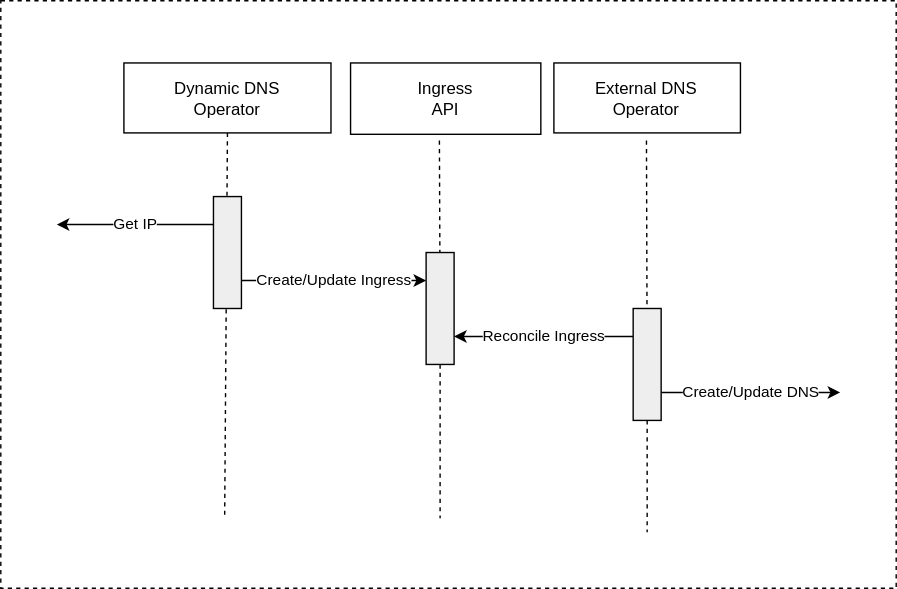
This is images/kubernetes-diy-dynamic-dns-operator.drawio.svg from jamesmoriarty/jamesmoriarty.github.io, a draw.io export, as it was before one commit. Source tidied: cells renumbered, new cells last; positions are measured from the earlier drawing's top-left corner, leaving out a move shared by most shapes. Source of this version:
```xml
<mxGraphModel>
  <root>
    <mxCell id="0" />
    <mxCell id="1" parent="0" />
    <mxCell id="2" style="rounded=0;whiteSpace=wrap;html=1;fillColor=none;dashed=1;" parent="1" vertex="1">
      <mxGeometry width="640" height="420" as="geometry" />
    </mxCell>
    <mxCell id="3" value="Dynamic DNS&lt;br&gt;Operator" style="shape=rect;html=1;whiteSpace=wrap;align=center;" parent="1" vertex="1">
      <mxGeometry x="88" y="44.5" width="148" height="50" as="geometry" />
    </mxCell>
    <mxCell id="4" style="edgeStyle=none;html=1;dashed=1;endArrow=none;align=center;verticalAlign=bottom;exitX=0.5;exitY=1;" parent="1" edge="1" source="18">
      <mxGeometry x="1" relative="1" as="geometry">
        <mxPoint x="162" y="190" as="targetPoint" />
      </mxGeometry>
    </mxCell>
    <mxCell id="5" value="External DNS&lt;br&gt;Operator" style="shape=rect;html=1;whiteSpace=wrap;align=center;" parent="1" vertex="1">
      <mxGeometry x="395.3" y="44.5" width="133.3" height="50" as="geometry" />
    </mxCell>
    <mxCell id="6" style="edgeStyle=none;html=1;dashed=1;endArrow=none;align=center;verticalAlign=bottom;exitX=0.5;exitY=1;" parent="1" edge="1" source="16">
      <mxGeometry x="1" relative="1" as="geometry">
        <mxPoint x="462" y="380" as="targetPoint" />
      </mxGeometry>
    </mxCell>
    <mxCell id="7" value="Ingress&lt;br&gt;API" style="shape=rect;html=1;whiteSpace=wrap;align=center;" parent="1" vertex="1">
      <mxGeometry x="250" y="44.5" width="136" height="51" as="geometry" />
    </mxCell>
    <mxCell id="8" style="edgeStyle=none;html=1;dashed=1;endArrow=none;align=center;verticalAlign=bottom;exitX=0.5;exitY=1;" parent="1" edge="1" source="12">
      <mxGeometry x="1" relative="1" as="geometry">
        <mxPoint x="314" y="370" as="targetPoint" />
      </mxGeometry>
    </mxCell>
    <mxCell id="9" value="Get IP" style="edgeStyle=orthogonalEdgeStyle;rounded=0;jettySize=auto;html=1;exitX=0;exitY=0.25;exitDx=0;exitDy=0;startArrow=none;startFill=0;endArrow=classic;endFill=1;" parent="1" edge="1" source="18">
      <mxGeometry relative="1" as="geometry">
        <mxPoint x="40" y="160" as="targetPoint" />
      </mxGeometry>
    </mxCell>
    <mxCell id="10" value="Create/Update Ingress" style="edgeStyle=orthogonalEdgeStyle;rounded=0;jettySize=auto;html=1;exitX=1;exitY=0.75;exitDx=0;exitDy=0;entryX=0;entryY=0.25;entryDx=0;entryDy=0;startArrow=none;startFill=0;endArrow=classic;endFill=1;" parent="1" edge="1" source="18" target="12">
      <mxGeometry relative="1" as="geometry" />
    </mxCell>
    <mxCell id="11" style="edgeStyle=none;html=1;dashed=1;endArrow=none;align=center;verticalAlign=bottom;exitX=0.5;exitY=1;" parent="1" edge="1" source="3">
      <mxGeometry x="1" relative="1" as="geometry">
        <mxPoint x="160" y="370" as="targetPoint" />
      </mxGeometry>
    </mxCell>
    <mxCell id="12" style="shape=rect;html=1;fillColor=#eeeeee;" parent="1" vertex="1">
      <mxGeometry x="304" y="180" width="20" height="80" as="geometry" />
    </mxCell>
    <mxCell id="13" style="edgeStyle=none;html=1;dashed=1;endArrow=none;align=center;verticalAlign=bottom;exitX=0.5;exitY=1;" parent="1" edge="1" target="12">
      <mxGeometry x="1" relative="1" as="geometry">
        <mxPoint x="313.5" y="100" as="sourcePoint" />
      </mxGeometry>
    </mxCell>
    <mxCell id="14" value="Reconcile Ingress" style="edgeStyle=orthogonalEdgeStyle;rounded=0;jettySize=auto;html=1;exitX=0;exitY=0.25;exitDx=0;exitDy=0;entryX=1;entryY=0.75;entryDx=0;entryDy=0;startArrow=none;startFill=0;endArrow=classic;endFill=1;" parent="1" edge="1" source="16" target="12">
      <mxGeometry relative="1" as="geometry" />
    </mxCell>
    <mxCell id="15" value="Create/Update DNS" style="edgeStyle=orthogonalEdgeStyle;rounded=0;jettySize=auto;html=1;exitX=1;exitY=0.75;exitDx=0;exitDy=0;startArrow=none;startFill=0;endArrow=classic;endFill=1;" parent="1" edge="1" source="16">
      <mxGeometry relative="1" as="geometry">
        <mxPoint x="600" y="280" as="targetPoint" />
      </mxGeometry>
    </mxCell>
    <mxCell id="16" style="shape=rect;html=1;fillColor=#eeeeee;" parent="1" vertex="1">
      <mxGeometry x="452" y="220" width="20" height="80" as="geometry" />
    </mxCell>
    <mxCell id="17" style="edgeStyle=none;html=1;dashed=1;endArrow=none;align=center;verticalAlign=bottom;exitX=0.5;exitY=1;" parent="1" edge="1" target="16">
      <mxGeometry x="1" relative="1" as="geometry">
        <mxPoint x="461.5" y="100" as="sourcePoint" />
      </mxGeometry>
    </mxCell>
    <mxCell id="18" style="shape=rect;html=1;fillColor=#eeeeee;" parent="1" vertex="1">
      <mxGeometry x="152" y="140" width="20" height="80" as="geometry" />
    </mxCell>
  </root>
</mxGraphModel>
```
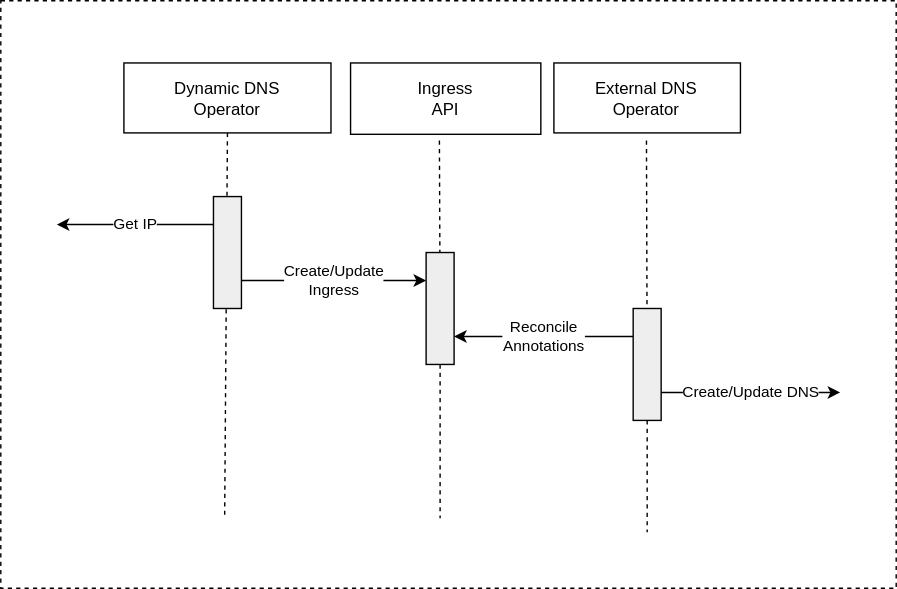
After the change.

Commit message:
deploy: 47c03fce1af125172bceb0ae38f6ac687e517317

Diff of the diagram source:
```diff
@@ -34,7 +34,7 @@
         <mxPoint x="40" y="160" as="targetPoint" />
       </mxGeometry>
     </mxCell>
-    <mxCell id="10" value="Create/Update Ingress" style="edgeStyle=orthogonalEdgeStyle;rounded=0;jettySize=auto;html=1;exitX=1;exitY=0.75;exitDx=0;exitDy=0;entryX=0;entryY=0.25;entryDx=0;entryDy=0;startArrow=none;startFill=0;endArrow=classic;endFill=1;" parent="1" edge="1" source="18" target="12">
+    <mxCell id="10" value="Create/Update&lt;br&gt;Ingress" style="edgeStyle=orthogonalEdgeStyle;rounded=0;jettySize=auto;html=1;exitX=1;exitY=0.75;exitDx=0;exitDy=0;entryX=0;entryY=0.25;entryDx=0;entryDy=0;startArrow=none;startFill=0;endArrow=classic;endFill=1;" parent="1" edge="1" source="18" target="12">
       <mxGeometry relative="1" as="geometry" />
     </mxCell>
     <mxCell id="11" style="edgeStyle=none;html=1;dashed=1;endArrow=none;align=center;verticalAlign=bottom;exitX=0.5;exitY=1;" parent="1" edge="1" source="3">
@@ -50,7 +50,7 @@
         <mxPoint x="313.5" y="100" as="sourcePoint" />
       </mxGeometry>
     </mxCell>
-    <mxCell id="14" value="Reconcile Ingress" style="edgeStyle=orthogonalEdgeStyle;rounded=0;jettySize=auto;html=1;exitX=0;exitY=0.25;exitDx=0;exitDy=0;entryX=1;entryY=0.75;entryDx=0;entryDy=0;startArrow=none;startFill=0;endArrow=classic;endFill=1;" parent="1" edge="1" source="16" target="12">
+    <mxCell id="14" value="Reconcile&lt;br&gt;Annotations" style="edgeStyle=orthogonalEdgeStyle;rounded=0;jettySize=auto;html=1;exitX=0;exitY=0.25;exitDx=0;exitDy=0;entryX=1;entryY=0.75;entryDx=0;entryDy=0;startArrow=none;startFill=0;endArrow=classic;endFill=1;" parent="1" edge="1" source="16" target="12">
       <mxGeometry relative="1" as="geometry" />
     </mxCell>
     <mxCell id="15" value="Create/Update DNS" style="edgeStyle=orthogonalEdgeStyle;rounded=0;jettySize=auto;html=1;exitX=1;exitY=0.75;exitDx=0;exitDy=0;startArrow=none;startFill=0;endArrow=classic;endFill=1;" parent="1" edge="1" source="16">
```
